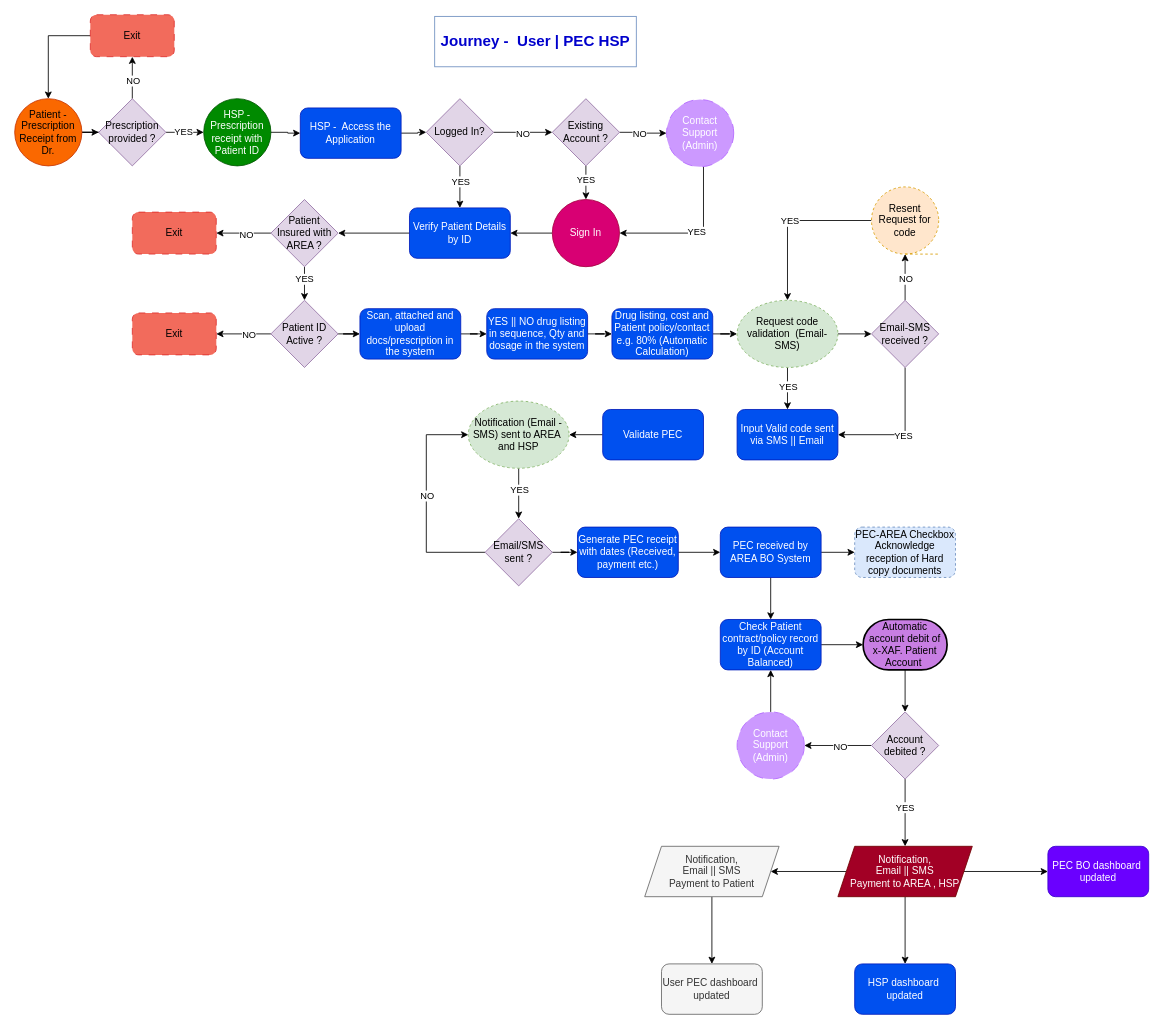
Before: User John Doe Journey.drawio in dabiko/draw-io, a draw.io diagram. Source tidied: cells renumbered, new cells numbered last; positions are measured from the earlier drawing's top-left corner, leaving out a move shared by most shapes. Both pictures are drawn from the tidied source at 84%, with x=0, y=0 at pixel (14, 14).
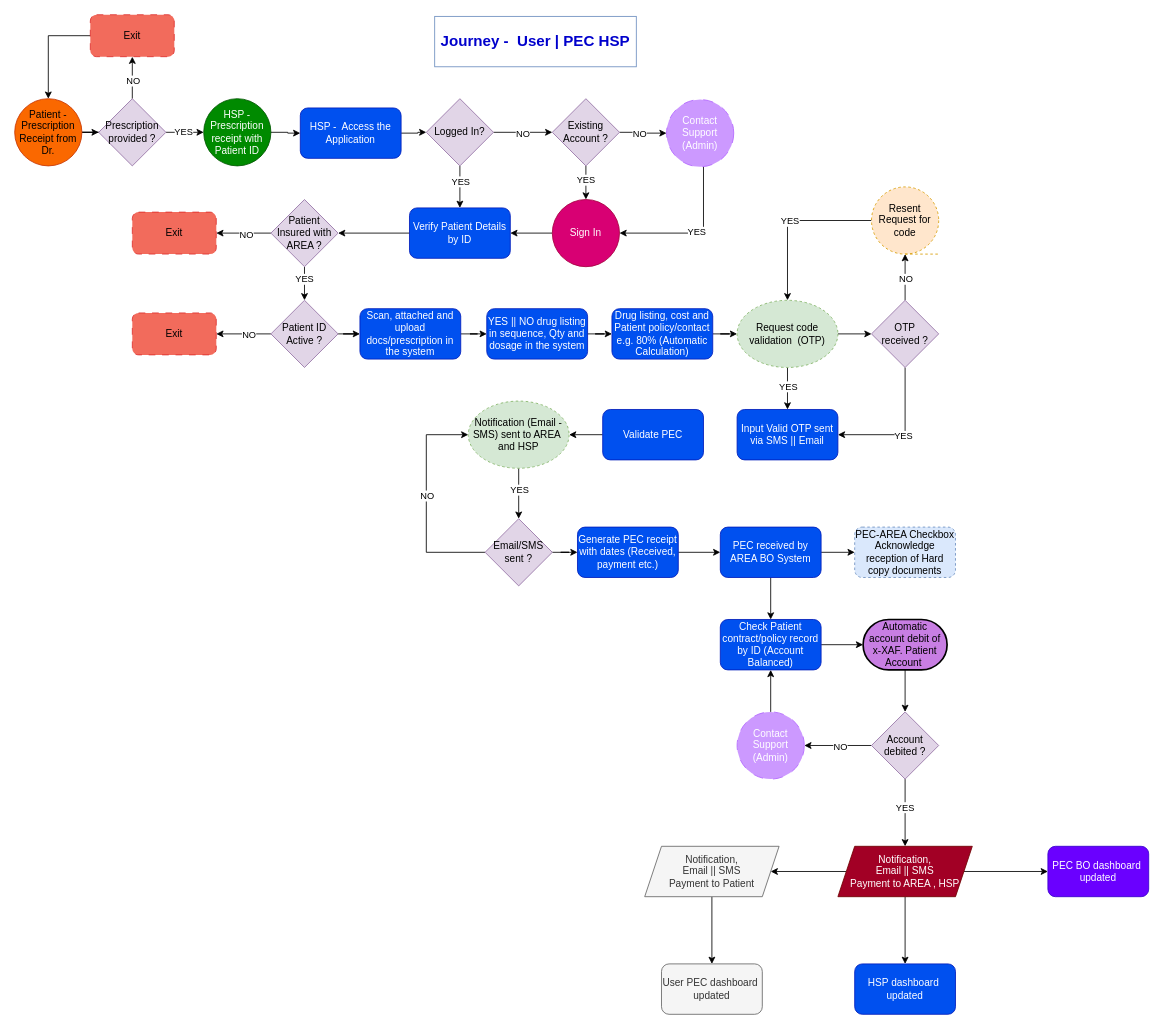
The same diagram, later.

The edit, as a diff of the source:
```diff
@@
-    <mxCell id="46" value="Request code validation&amp;nbsp; (Email-SMS)" style="ellipse;whiteSpace=wrap;html=1;fillColor=#d5e8d4;strokeColor=#82b366;dashed=1;" parent="1" vertex="1">
+    <mxCell id="46" value="Request code validation&amp;nbsp; (OTP)" style="ellipse;whiteSpace=wrap;html=1;fillColor=#d5e8d4;strokeColor=#82b366;dashed=1;" parent="1" vertex="1">
       <mxGeometry x="860" y="340" width="120" height="80" as="geometry" />
     </mxCell>
@@
-    <mxCell id="51" value="Email-SMS received ?" style="rhombus;whiteSpace=wrap;html=1;fillColor=#e1d5e7;strokeColor=#9673a6;" parent="1" vertex="1">
+    <mxCell id="51" value="OTP &lt;br&gt;received ?" style="rhombus;whiteSpace=wrap;html=1;fillColor=#e1d5e7;strokeColor=#9673a6;" parent="1" vertex="1">
       <mxGeometry x="1020" y="340" width="80" height="80" as="geometry" />
     </mxCell>
@@
-    <mxCell id="55" value="Input Valid code sent via SMS || Email" style="rounded=1;whiteSpace=wrap;html=1;fillColor=#0050ef;fontColor=#ffffff;strokeColor=#001DBC;" parent="1" vertex="1">
+    <mxCell id="55" value="Input Valid OTP sent via SMS || Email" style="rounded=1;whiteSpace=wrap;html=1;fillColor=#0050ef;fontColor=#ffffff;strokeColor=#001DBC;" parent="1" vertex="1">
       <mxGeometry x="860" y="470" width="120" height="60" as="geometry" />
     </mxCell>
```
